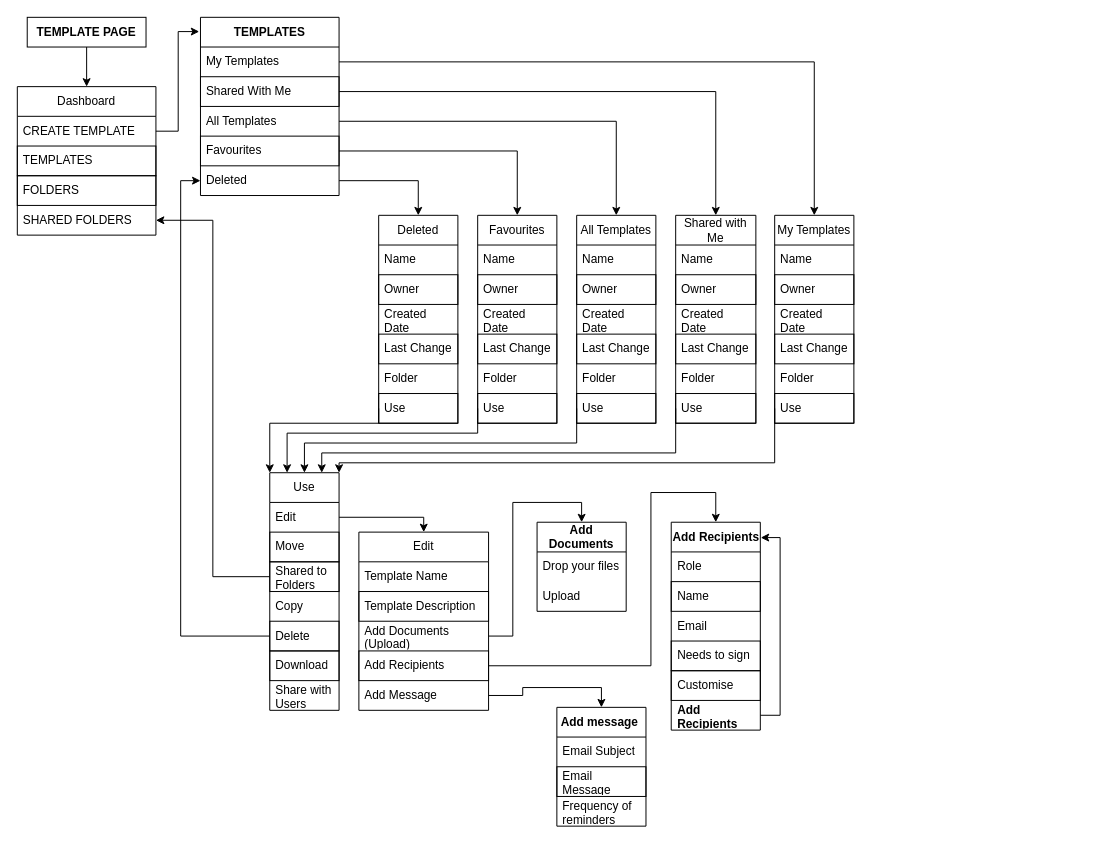
Before: docusign_alpha_templatepage.drawio in codetopolymath/-draw.io, a draw.io diagram. Source tidied: cells renumbered, new cells numbered last; positions are measured from the earlier drawing's top-left corner, leaving out a move shared by most shapes. Both pictures are drawn from the tidied source at 99%, with x=0, y=0 at pixel (17, 17).
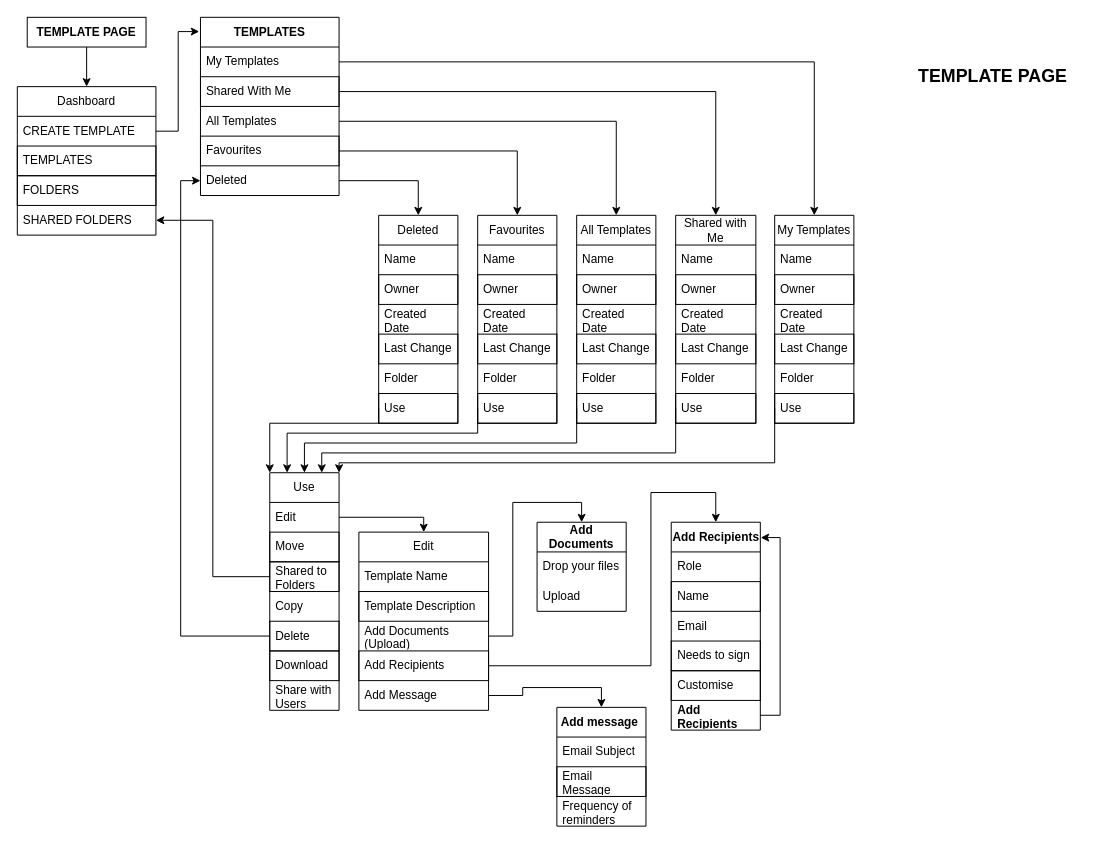
After the change.

Diff of the diagram source:
```diff
@@
+    <mxCell id="96" value="&lt;b&gt;&lt;font style=&quot;font-size: 18px;&quot;&gt;TEMPLATE PAGE&lt;/font&gt;&lt;/b&gt;" style="text;html=1;align=center;verticalAlign=middle;strokeColor=none;fillColor=none;" parent="1" vertex="1">
+      <mxGeometry x="900" y="40" width="170" height="40" as="geometry" />
+    </mxCell>
```
